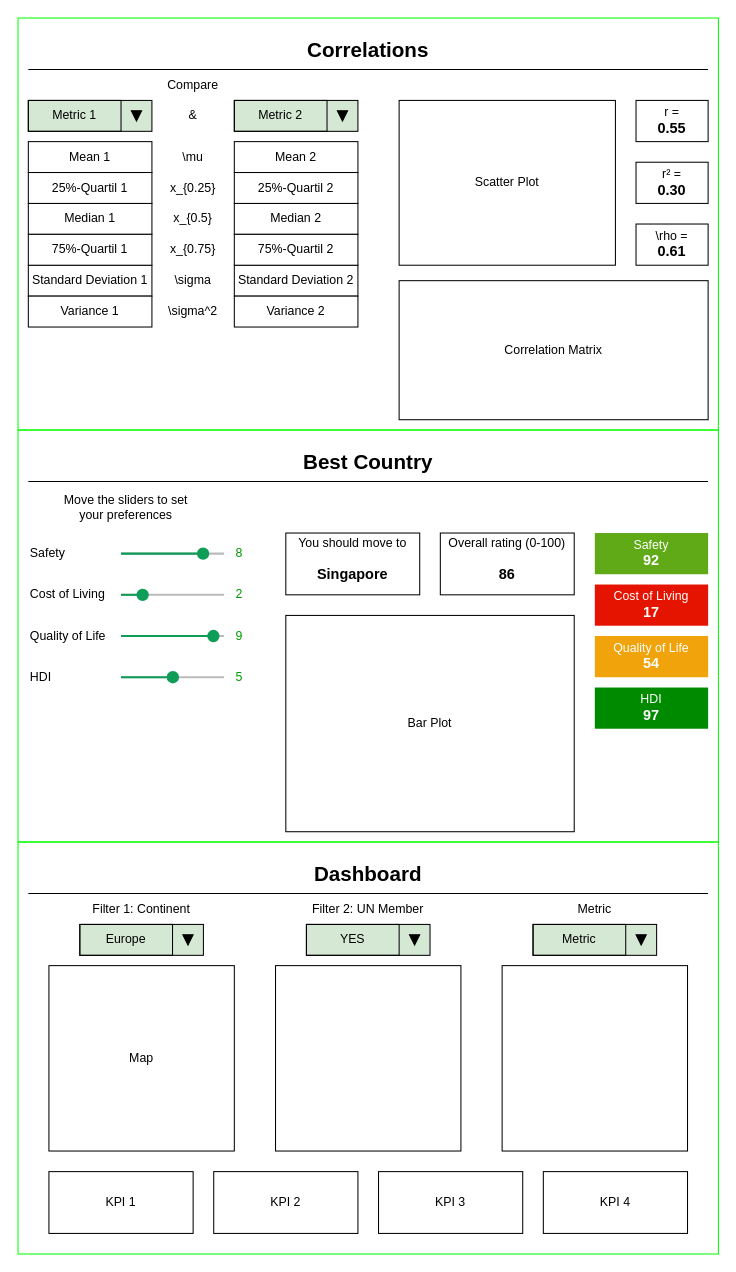
The draw.io diagram Specification_Sheet.drawio in Jakob-Burkhardt/excel-countries-data-analysis, before the edit. Source tidied: cells renumbered, new cells numbered last; positions are measured from the earlier drawing's top-left corner, leaving out a move shared by most shapes. Both pictures are drawn from the tidied source at 103%, with x=0, y=0 at pixel (18, 18).
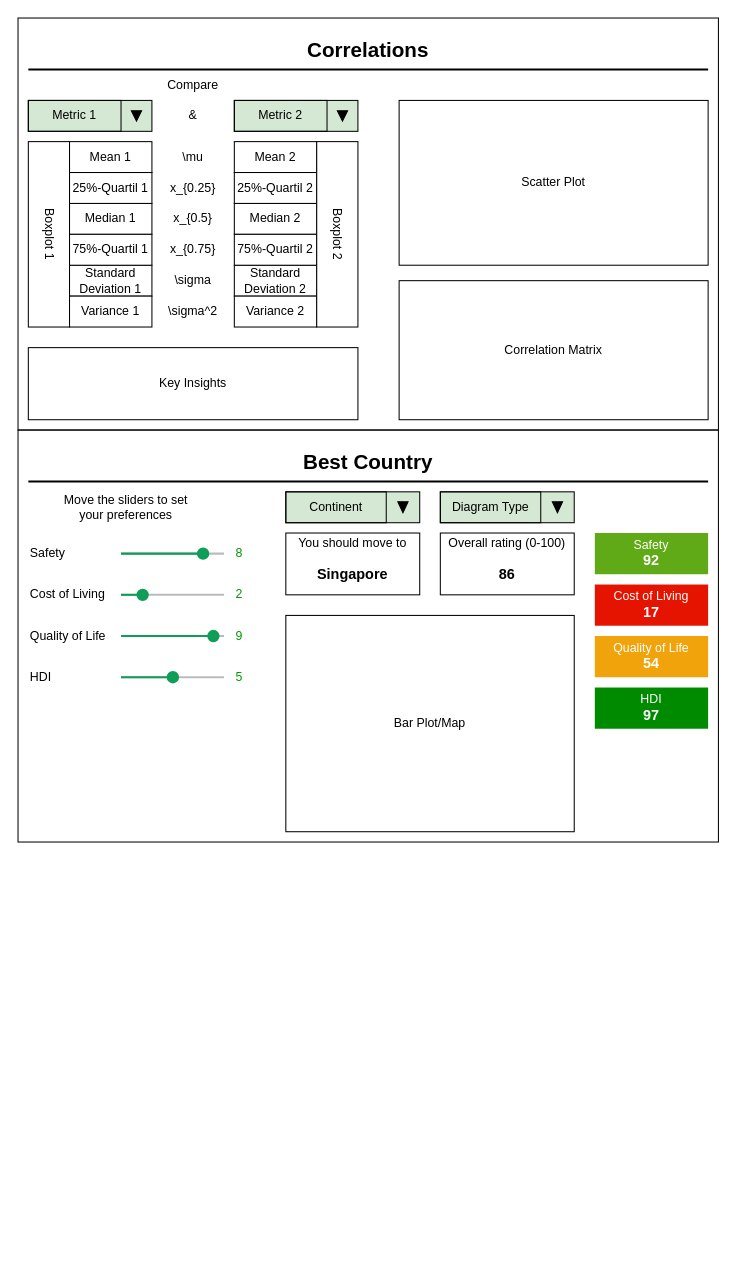
The same page after the edit.

Commit message (it also covers changes not shown here):
add correlations dashboard

Unchanged cells that the change refers to:
```xml
<mxCell id="20" value="&lt;b&gt;&lt;font style=&quot;font-size: 20px;&quot;&gt;Correlations&lt;/font&gt;&lt;/b&gt;" style="text;html=1;whiteSpace=wrap;strokeColor=none;fillColor=none;align=center;verticalAlign=middle;rounded=0;" parent="1" vertex="1">
  <mxGeometry x="10" y="10" width="660" height="40" as="geometry" />
</mxCell>
<mxCell id="39" value="&lt;span style=&quot;font-size: 20px;&quot;&gt;&lt;b&gt;Best Country&lt;/b&gt;&lt;/span&gt;" style="text;html=1;whiteSpace=wrap;strokeColor=none;fillColor=none;align=center;verticalAlign=middle;rounded=0;" parent="1" vertex="1">
  <mxGeometry x="10" y="410" width="660" height="40" as="geometry" />
</mxCell>
```

The edit, as a diff of the source:
```diff
@@
-    <mxCell id="2" style="group;" parent="1" vertex="1">
+    <mxCell id="2" style="group;strokeWidth=1;" parent="1" vertex="1">
       <mxGeometry y="400" width="680" height="400" as="geometry" />
     </mxCell>
-    <mxCell id="3" style="rounded=0;whiteSpace=wrap;html=1;fillColor=none;fontColor=#ffffff;strokeColor=#00FF00;" parent="2" vertex="1">
+    <mxCell id="3" style="rounded=0;whiteSpace=wrap;html=1;fillColor=none;fontColor=#ffffff;strokeColor=#000000;strokeWidth=1;" parent="2" vertex="1">
       <mxGeometry width="680" height="400" as="geometry" />
     </mxCell>
@@
+    <mxCell id="95" style="group;" parent="2" vertex="1">
+      <mxGeometry x="260" y="60" width="130" height="30" as="geometry" />
+    </mxCell>
+    <mxCell id="96" style="rounded=0;whiteSpace=wrap;html=1;fillColor=#d5e8d4;strokeColor=#000000;" parent="95" vertex="1">
+      <mxGeometry width="130" height="30" as="geometry" />
+    </mxCell>
+    <mxCell id="97" style="triangle;whiteSpace=wrap;html=1;rotation=90;fillColor=#000000;" parent="95" vertex="1">
+      <mxGeometry x="108.3" y="10" width="10.8" height="10" as="geometry" />
+    </mxCell>
+    <mxCell id="98" value="Continent" style="rounded=0;whiteSpace=wrap;html=1;fillColor=none;" parent="95" vertex="1">
+      <mxGeometry width="97.5" height="30" as="geometry" />
+    </mxCell>
-    <mxCell id="18" style="rounded=0;whiteSpace=wrap;html=1;fillColor=none;fontColor=#ffffff;strokeColor=#00FF00;" parent="1" vertex="1">
+    <mxCell id="18" style="rounded=0;whiteSpace=wrap;html=1;fillColor=none;fontColor=#ffffff;strokeColor=#000000;" parent="1" vertex="1">
       <mxGeometry width="680" height="400" as="geometry" />
     </mxCell>
-    <mxCell id="19" style="rounded=0;whiteSpace=wrap;html=1;fillColor=none;fontColor=#ffffff;strokeColor=#00FF00;" parent="1" vertex="1">
-      <mxGeometry y="800" width="680" height="400" as="geometry" />
-    </mxCell>
@@
-    <mxCell id="21" style="rounded=0;whiteSpace=wrap;html=1;fillColor=#d5e8d4;strokeColor=#000000;" parent="1" vertex="1">
-      <mxGeometry x="10" y="80" width="120" height="30" as="geometry" />
-    </mxCell>
@@
-    <mxCell id="23" style="endArrow=none;html=1;rounded=0;entryX=0;entryY=1;entryDx=0;entryDy=0;exitX=1;exitY=1;exitDx=0;exitDy=0;" parent="1" edge="1" source="20" target="20">
+    <mxCell id="23" style="endArrow=none;html=1;rounded=0;entryX=0;entryY=1;entryDx=0;entryDy=0;exitX=1;exitY=1;exitDx=0;exitDy=0;strokeWidth=2;" parent="1" edge="1" source="20" target="20">
       <mxGeometry relative="1" as="geometry" />
     </mxCell>
@@
-    <mxCell id="25" value="&lt;b&gt;&lt;font style=&quot;font-size: 20px;&quot;&gt;Dashboard&lt;/font&gt;&lt;/b&gt;" style="text;html=1;whiteSpace=wrap;strokeColor=none;fillColor=none;align=center;verticalAlign=middle;rounded=0;" parent="1" vertex="1">
-      <mxGeometry x="10" y="810" width="660" height="40" as="geometry" />
-    </mxCell>
-    <mxCell id="26" style="endArrow=none;html=1;rounded=0;entryX=0;entryY=1;entryDx=0;entryDy=0;exitX=1;exitY=1;exitDx=0;exitDy=0;" parent="1" edge="1" source="25" target="25">
-      <mxGeometry relative="1" as="geometry" />
-    </mxCell>
-    <mxCell id="27" value="Mean 1" style="rounded=0;whiteSpace=wrap;html=1;" parent="1" vertex="1">
-      <mxGeometry x="10" y="120" width="120" height="30" as="geometry" />
-    </mxCell>
-    <mxCell id="28" value="Median 1" style="rounded=0;whiteSpace=wrap;html=1;" parent="1" vertex="1">
-      <mxGeometry x="10" y="180" width="120" height="30" as="geometry" />
-    </mxCell>
@@
-    <mxCell id="31" value="Mean 2" style="rounded=0;whiteSpace=wrap;html=1;" parent="1" vertex="1">
-      <mxGeometry x="210" y="120" width="120" height="30" as="geometry" />
-    </mxCell>
-    <mxCell id="32" value="Median 2" style="rounded=0;whiteSpace=wrap;html=1;" parent="1" vertex="1">
-      <mxGeometry x="210" y="180" width="120" height="30" as="geometry" />
-    </mxCell>
-    <mxCell id="33" value="Standard Deviation 1" style="rounded=0;whiteSpace=wrap;html=1;" parent="1" vertex="1">
-      <mxGeometry x="10" y="240" width="120" height="30" as="geometry" />
-    </mxCell>
-    <mxCell id="34" value="Variance 1" style="rounded=0;whiteSpace=wrap;html=1;" parent="1" vertex="1">
-      <mxGeometry x="10" y="270" width="120" height="30" as="geometry" />
-    </mxCell>
@@
-    <mxCell id="37" value="Standard Deviation 2" style="rounded=0;whiteSpace=wrap;html=1;" parent="1" vertex="1">
-      <mxGeometry x="210" y="240" width="120" height="30" as="geometry" />
-    </mxCell>
-    <mxCell id="38" value="Variance 2" style="rounded=0;whiteSpace=wrap;html=1;" parent="1" vertex="1">
-      <mxGeometry x="210" y="270" width="120" height="30" as="geometry" />
-    </mxCell>
@@
-    <mxCell id="40" style="endArrow=none;html=1;rounded=0;exitX=0;exitY=1;exitDx=0;exitDy=0;entryX=1;entryY=1;entryDx=0;entryDy=0;" parent="1" edge="1" source="39" target="39">
+    <mxCell id="40" style="endArrow=none;html=1;rounded=0;exitX=0;exitY=1;exitDx=0;exitDy=0;entryX=1;entryY=1;entryDx=0;entryDy=0;strokeWidth=2;" parent="1" edge="1" source="39" target="39">
       <mxGeometry relative="1" as="geometry" />
     </mxCell>
@@
-    <mxCell id="42" value="Bar Plot" style="rounded=0;whiteSpace=wrap;html=1;" parent="1" vertex="1">
+    <mxCell id="42" value="Bar Plot/Map" style="rounded=0;whiteSpace=wrap;html=1;" parent="1" vertex="1">
       <mxGeometry x="260" y="580" width="280" height="210" as="geometry" />
     </mxCell>
@@
-    <mxCell id="47" value="Filter 1: Continent" style="text;html=1;whiteSpace=wrap;strokeColor=none;fillColor=none;align=center;verticalAlign=middle;rounded=0;" parent="1" vertex="1">
-      <mxGeometry x="10" y="850" width="220" height="30" as="geometry" />
-    </mxCell>
-    <mxCell id="48" value="Filter 2: UN Member" style="text;html=1;whiteSpace=wrap;strokeColor=none;fillColor=none;align=center;verticalAlign=middle;rounded=0;" parent="1" vertex="1">
-      <mxGeometry x="230" y="850" width="220" height="30" as="geometry" />
-    </mxCell>
-    <mxCell id="49" value="Metric" style="text;html=1;whiteSpace=wrap;strokeColor=none;fillColor=none;align=center;verticalAlign=middle;rounded=0;" parent="1" vertex="1">
-      <mxGeometry x="450" y="850" width="220" height="30" as="geometry" />
-    </mxCell>
-    <mxCell id="50" style="triangle;whiteSpace=wrap;html=1;rotation=90;fillColor=#000000;" parent="1" vertex="1">
-      <mxGeometry x="110" y="90" width="10" height="10" as="geometry" />
-    </mxCell>
-    <mxCell id="51" value="Metric 1" style="rounded=0;whiteSpace=wrap;html=1;fillColor=none;" parent="1" vertex="1">
-      <mxGeometry x="10" y="80" width="90" height="30" as="geometry" />
-    </mxCell>
@@
-    <mxCell id="56" style="group;" parent="1" vertex="1">
-      <mxGeometry x="280" y="880" width="120" height="30" as="geometry" />
-    </mxCell>
-    <mxCell id="57" style="rounded=0;whiteSpace=wrap;html=1;fillColor=#d5e8d4;strokeColor=#000000;" parent="56" vertex="1">
-      <mxGeometry width="120" height="30" as="geometry" />
-    </mxCell>
-    <mxCell id="58" style="triangle;whiteSpace=wrap;html=1;rotation=90;fillColor=#000000;" parent="56" vertex="1">
-      <mxGeometry x="100" y="10" width="10" height="10" as="geometry" />
-    </mxCell>
-    <mxCell id="59" value="YES" style="rounded=0;whiteSpace=wrap;html=1;fillColor=none;" parent="56" vertex="1">
-      <mxGeometry width="90" height="30" as="geometry" />
-    </mxCell>
-    <mxCell id="60" style="group;" parent="1" vertex="1">
-      <mxGeometry x="60" y="880" width="120" height="30" as="geometry" />
-    </mxCell>
-    <mxCell id="61" style="rounded=0;whiteSpace=wrap;html=1;fillColor=#d5e8d4;strokeColor=#000000;" parent="60" vertex="1">
-      <mxGeometry width="120" height="30" as="geometry" />
-    </mxCell>
-    <mxCell id="62" style="triangle;whiteSpace=wrap;html=1;rotation=90;fillColor=#000000;" parent="60" vertex="1">
-      <mxGeometry x="100" y="10" width="10" height="10" as="geometry" />
-    </mxCell>
-    <mxCell id="63" value="Europe" style="rounded=0;whiteSpace=wrap;html=1;fillColor=none;" parent="60" vertex="1">
-      <mxGeometry width="90" height="30" as="geometry" />
-    </mxCell>
-    <mxCell id="64" style="group;" parent="1" vertex="1">
-      <mxGeometry x="500" y="880" width="120" height="30" as="geometry" />
-    </mxCell>
-    <mxCell id="65" style="rounded=0;whiteSpace=wrap;html=1;fillColor=#d5e8d4;strokeColor=#000000;" parent="64" vertex="1">
-      <mxGeometry width="120" height="30" as="geometry" />
-    </mxCell>
-    <mxCell id="66" style="triangle;whiteSpace=wrap;html=1;rotation=90;fillColor=#000000;" parent="64" vertex="1">
-      <mxGeometry x="100" y="10" width="10" height="10" as="geometry" />
-    </mxCell>
-    <mxCell id="67" value="Metric" style="rounded=0;whiteSpace=wrap;html=1;fillColor=none;" parent="64" vertex="1">
-      <mxGeometry width="90" height="30" as="geometry" />
-    </mxCell>
@@
-    <mxCell id="77" value="r =&lt;br&gt;&lt;b&gt;&lt;font style=&quot;font-size: 14px;&quot;&gt;0.55&lt;/font&gt;&lt;/b&gt;" style="rounded=0;whiteSpace=wrap;html=1;" parent="1" vertex="1">
-      <mxGeometry x="600" y="80" width="70" height="40" as="geometry" />
-    </mxCell>
-    <mxCell id="78" value="r² =&lt;br&gt;&lt;b&gt;&lt;font style=&quot;font-size: 14px;&quot;&gt;0.30&lt;/font&gt;&lt;/b&gt;" style="rounded=0;whiteSpace=wrap;html=1;" parent="1" vertex="1">
-      <mxGeometry x="600" y="140" width="70" height="40" as="geometry" />
-    </mxCell>
-    <mxCell id="79" value="\rho =&lt;br&gt;&lt;b&gt;&lt;font style=&quot;font-size: 14px;&quot;&gt;0.61&lt;/font&gt;&lt;/b&gt;" style="rounded=0;whiteSpace=wrap;html=1;" parent="1" vertex="1">
-      <mxGeometry x="600" y="200" width="70" height="40" as="geometry" />
-    </mxCell>
-    <mxCell id="80" value="75%-Quartil 1" style="rounded=0;whiteSpace=wrap;html=1;" parent="1" vertex="1">
-      <mxGeometry x="10" y="210" width="120" height="30" as="geometry" />
-    </mxCell>
@@
-    <mxCell id="82" value="75%-Quartil 2" style="rounded=0;whiteSpace=wrap;html=1;" parent="1" vertex="1">
-      <mxGeometry x="210" y="210" width="120" height="30" as="geometry" />
-    </mxCell>
-    <mxCell id="83" value="25%-Quartil 1" style="rounded=0;whiteSpace=wrap;html=1;" parent="1" vertex="1">
-      <mxGeometry x="10" y="150" width="120" height="30" as="geometry" />
-    </mxCell>
@@
-    <mxCell id="85" value="25%-Quartil 2" style="rounded=0;whiteSpace=wrap;html=1;" parent="1" vertex="1">
-      <mxGeometry x="210" y="150" width="120" height="30" as="geometry" />
-    </mxCell>
-    <mxCell id="86" style="rounded=0;whiteSpace=wrap;html=1;" parent="1" vertex="1">
-      <mxGeometry x="250" y="920" width="180" height="180" as="geometry" />
-    </mxCell>
-    <mxCell id="87" style="rounded=0;whiteSpace=wrap;html=1;" parent="1" vertex="1">
-      <mxGeometry x="470" y="920" width="180" height="180" as="geometry" />
-    </mxCell>
-    <mxCell id="88" value="Map" style="rounded=0;whiteSpace=wrap;html=1;" parent="1" vertex="1">
-      <mxGeometry x="30" y="920" width="180" height="180" as="geometry" />
-    </mxCell>
-    <mxCell id="89" value="KPI 3" style="rounded=0;whiteSpace=wrap;html=1;" parent="1" vertex="1">
-      <mxGeometry x="350" y="1120" width="140" height="60" as="geometry" />
-    </mxCell>
-    <mxCell id="90" value="KPI 4" style="rounded=0;whiteSpace=wrap;html=1;" parent="1" vertex="1">
-      <mxGeometry x="510" y="1120" width="140" height="60" as="geometry" />
-    </mxCell>
-    <mxCell id="91" value="KPI 1" style="rounded=0;whiteSpace=wrap;html=1;" parent="1" vertex="1">
-      <mxGeometry x="30" y="1120" width="140" height="60" as="geometry" />
-    </mxCell>
-    <mxCell id="92" value="KPI 2" style="rounded=0;whiteSpace=wrap;html=1;" parent="1" vertex="1">
-      <mxGeometry x="190" y="1120" width="140" height="60" as="geometry" />
-    </mxCell>
     <mxCell id="93" value="Scatter Plot" style="rounded=0;whiteSpace=wrap;html=1;" parent="1" vertex="1">
-      <mxGeometry x="370" y="80" width="210" height="160" as="geometry" />
+      <mxGeometry x="370" y="80" width="300" height="160" as="geometry" />
     </mxCell>
@@
+    <mxCell id="99" style="group;" parent="1" vertex="1">
+      <mxGeometry x="10" y="80" width="120" height="30" as="geometry" />
+    </mxCell>
+    <mxCell id="21" style="rounded=0;whiteSpace=wrap;html=1;fillColor=#d5e8d4;strokeColor=#000000;" parent="99" vertex="1">
+      <mxGeometry width="120" height="30" as="geometry" />
+    </mxCell>
+    <mxCell id="50" style="triangle;whiteSpace=wrap;html=1;rotation=90;fillColor=#000000;" parent="99" vertex="1">
+      <mxGeometry x="100" y="10" width="10" height="10" as="geometry" />
+    </mxCell>
+    <mxCell id="51" value="Metric 1" style="rounded=0;whiteSpace=wrap;html=1;fillColor=none;" parent="99" vertex="1">
+      <mxGeometry width="90" height="30" as="geometry" />
+    </mxCell>
+    <mxCell id="100" style="group;" parent="1" vertex="1">
+      <mxGeometry x="210" y="120" width="80" height="210" as="geometry" />
+    </mxCell>
+    <mxCell id="31" value="Mean 2" style="rounded=0;whiteSpace=wrap;html=1;" parent="100" vertex="1">
+      <mxGeometry width="80" height="30" as="geometry" />
+    </mxCell>
+    <mxCell id="32" value="Median 2" style="rounded=0;whiteSpace=wrap;html=1;" parent="100" vertex="1">
+      <mxGeometry y="60" width="80" height="30" as="geometry" />
+    </mxCell>
+    <mxCell id="37" value="Standard Deviation 2" style="rounded=0;whiteSpace=wrap;html=1;" parent="100" vertex="1">
+      <mxGeometry y="120" width="80" height="30" as="geometry" />
+    </mxCell>
+    <mxCell id="38" value="Variance 2" style="rounded=0;whiteSpace=wrap;html=1;" parent="100" vertex="1">
+      <mxGeometry y="150" width="80" height="30" as="geometry" />
+    </mxCell>
+    <mxCell id="82" value="75%-Quartil 2" style="rounded=0;whiteSpace=wrap;html=1;" parent="100" vertex="1">
+      <mxGeometry y="90" width="80" height="30" as="geometry" />
+    </mxCell>
+    <mxCell id="85" value="25%-Quartil 2" style="rounded=0;whiteSpace=wrap;html=1;" parent="100" vertex="1">
+      <mxGeometry y="30" width="80" height="30" as="geometry" />
+    </mxCell>
+    <mxCell id="101" value="Boxplot 2" style="rounded=0;whiteSpace=wrap;html=1;textDirection=vertical-lr;" parent="1" vertex="1">
+      <mxGeometry x="290" y="120" width="40" height="180" as="geometry" />
+    </mxCell>
+    <mxCell id="102" value="Boxplot 1" style="rounded=0;whiteSpace=wrap;html=1;textDirection=vertical-lr;" parent="1" vertex="1">
+      <mxGeometry x="10" y="120" width="40" height="180" as="geometry" />
+    </mxCell>
+    <mxCell id="103" style="group;" parent="1" vertex="1">
+      <mxGeometry x="410" y="460" width="130" height="30" as="geometry" />
+    </mxCell>
+    <mxCell id="104" style="rounded=0;whiteSpace=wrap;html=1;fillColor=#d5e8d4;strokeColor=#000000;" parent="103" vertex="1">
+      <mxGeometry width="130" height="30" as="geometry" />
+    </mxCell>
+    <mxCell id="105" style="triangle;whiteSpace=wrap;html=1;rotation=90;fillColor=#000000;" parent="103" vertex="1">
+      <mxGeometry x="108.3" y="10" width="10.8" height="10" as="geometry" />
+    </mxCell>
+    <mxCell id="106" value="Diagram Type" style="rounded=0;whiteSpace=wrap;html=1;fillColor=none;" parent="103" vertex="1">
+      <mxGeometry width="97.5" height="30" as="geometry" />
+    </mxCell>
+    <mxCell id="107" style="group;" parent="1" vertex="1">
+      <mxGeometry x="50" y="120" width="80" height="180" as="geometry" />
+    </mxCell>
+    <mxCell id="27" value="Mean 1" style="rounded=0;whiteSpace=wrap;html=1;" parent="107" vertex="1">
+      <mxGeometry width="80" height="30" as="geometry" />
+    </mxCell>
+    <mxCell id="28" value="Median 1" style="rounded=0;whiteSpace=wrap;html=1;" parent="107" vertex="1">
+      <mxGeometry y="60" width="80" height="30" as="geometry" />
+    </mxCell>
+    <mxCell id="33" value="Standard Deviation 1" style="rounded=0;whiteSpace=wrap;html=1;" parent="107" vertex="1">
+      <mxGeometry y="120" width="80" height="30" as="geometry" />
+    </mxCell>
+    <mxCell id="34" value="Variance 1" style="rounded=0;whiteSpace=wrap;html=1;" parent="107" vertex="1">
+      <mxGeometry y="150" width="80" height="30" as="geometry" />
+    </mxCell>
+    <mxCell id="80" value="75%-Quartil 1" style="rounded=0;whiteSpace=wrap;html=1;" parent="107" vertex="1">
+      <mxGeometry y="90" width="80" height="30" as="geometry" />
+    </mxCell>
+    <mxCell id="83" value="25%-Quartil 1" style="rounded=0;whiteSpace=wrap;html=1;" parent="107" vertex="1">
+      <mxGeometry y="30" width="80" height="30" as="geometry" />
+    </mxCell>
+    <mxCell id="108" value="Key I&lt;span style=&quot;background-color: transparent; color: light-dark(rgb(0, 0, 0), rgb(255, 255, 255));&quot;&gt;nsights&lt;/span&gt;" style="rounded=0;whiteSpace=wrap;html=1;" parent="1" vertex="1">
+      <mxGeometry x="10" y="320" width="320" height="70" as="geometry" />
+    </mxCell>
```
